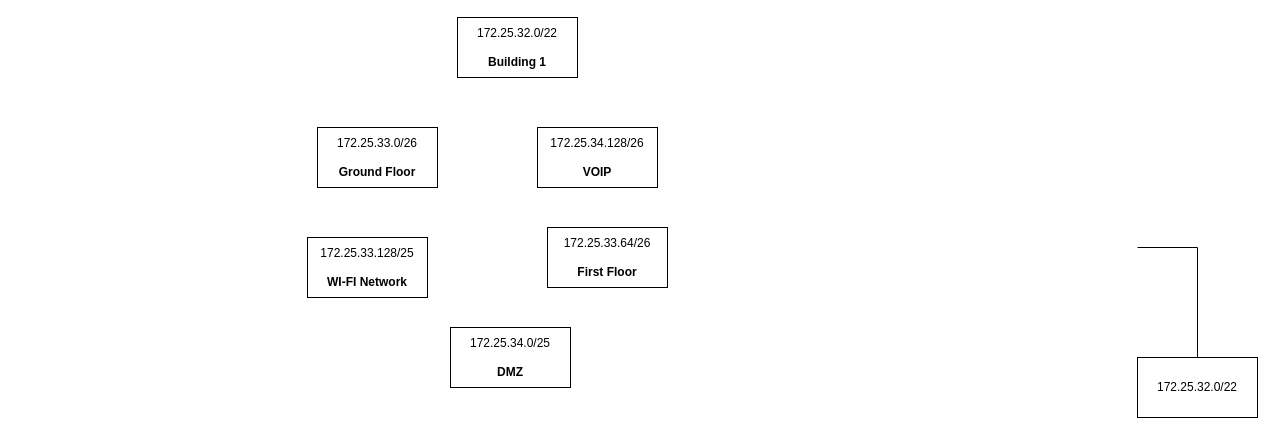
Above: doc/sprint2/1221083/images/Building_1_IPV4.drawio in demonxblaze/RCOMP-ISEP (draw.io), before the change. Source tidied: cells renumbered, new cells numbered last; positions are measured from the earlier drawing's top-left corner, leaving out a move shared by most shapes. Both pictures are drawn from the tidied source at 100%, with x=0, y=0 at pixel (307, 17).
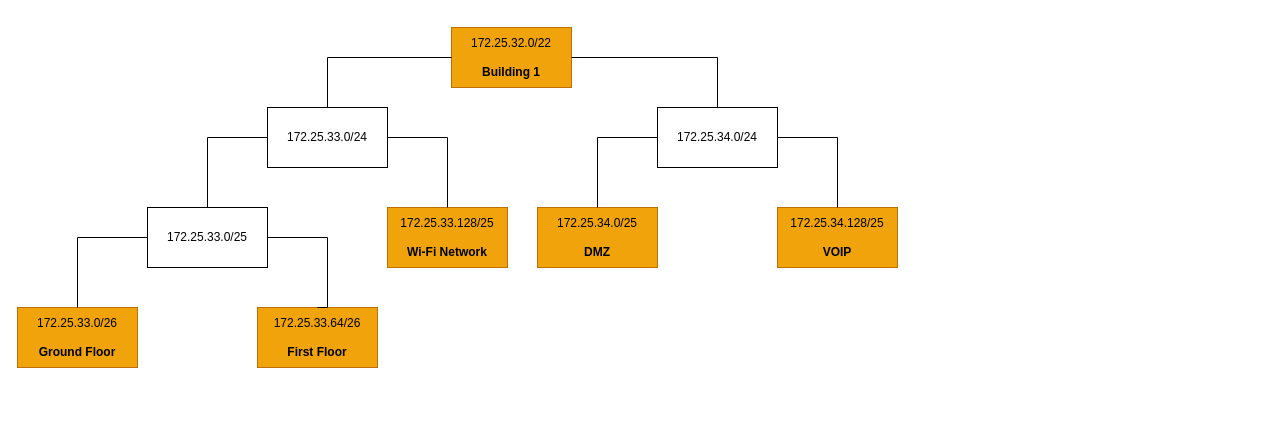
Above is the later version.

Commit message (it also covers changes not shown here):
Added IPv4 diagrams and updated VLAN name in VLAN-IPv4 table/database

What changed in the source:
```diff
@@
-    <mxCell id="2" value="172.25.32.0/22&lt;br&gt;&lt;br&gt;&lt;b&gt;Building 1&lt;/b&gt;" style="rounded=0;whiteSpace=wrap;html=1;" parent="1" vertex="1">
-      <mxGeometry x="150" width="120" height="60" as="geometry" />
+    <mxCell id="2" value="172.25.32.0/22&lt;br&gt;&lt;br&gt;&lt;b&gt;Building 1&lt;/b&gt;" style="rounded=0;whiteSpace=wrap;html=1;fillColor=#f0a30a;fontColor=#000000;strokeColor=#BD7000;" parent="1" vertex="1">
+      <mxGeometry x="144" y="10" width="120" height="60" as="geometry" />
     </mxCell>
-    <mxCell id="3" value="172.25.32.0/22" style="rounded=0;whiteSpace=wrap;html=1;" parent="1" vertex="1">
-      <mxGeometry x="830" y="340" width="120" height="60" as="geometry" />
-    </mxCell>
-    <mxCell id="4" style="endArrow=none;html=1;rounded=0;entryX=1;entryY=0.5;entryDx=0;entryDy=0;edgeStyle=orthogonalEdgeStyle;exitX=0.5;exitY=0;exitDx=0;exitDy=0;" parent="1" edge="1" source="3">
-      <mxGeometry relative="1" as="geometry">
-        <mxPoint x="830" y="230" as="targetPoint" />
-        <Array as="points">
-          <mxPoint x="890" y="230" />
-        </Array>
-      </mxGeometry>
-    </mxCell>
-    <mxCell id="5" value="172.25.33.0/26&lt;br&gt;&lt;br&gt;&lt;b&gt;Ground Floor&lt;/b&gt;" style="rounded=0;whiteSpace=wrap;html=1;" parent="1" vertex="1">
-      <mxGeometry x="10" y="110" width="120" height="60" as="geometry" />
+    <mxCell id="5" value="172.25.33.0/26&lt;br&gt;&lt;br&gt;&lt;b&gt;Ground Floor&lt;/b&gt;" style="rounded=0;whiteSpace=wrap;html=1;fillColor=#f0a30a;fontColor=#000000;strokeColor=#BD7000;" parent="1" vertex="1">
+      <mxGeometry x="-290" y="290" width="120" height="60" as="geometry" />
     </mxCell>
-    <mxCell id="6" value="172.25.33.64/26&lt;br&gt;&lt;br&gt;&lt;b&gt;First Floor&lt;/b&gt;" style="rounded=0;whiteSpace=wrap;html=1;" parent="1" vertex="1">
-      <mxGeometry x="240" y="210" width="120" height="60" as="geometry" />
+    <mxCell id="6" value="172.25.33.64/26&lt;br&gt;&lt;br&gt;&lt;b&gt;First Floor&lt;/b&gt;" style="rounded=0;whiteSpace=wrap;html=1;fillColor=#f0a30a;fontColor=#000000;strokeColor=#BD7000;" parent="1" vertex="1">
+      <mxGeometry x="-50" y="290" width="120" height="60" as="geometry" />
     </mxCell>
-    <mxCell id="7" value="172.25.33.128/25&lt;br&gt;&lt;br&gt;&lt;b&gt;WI-FI Network&lt;/b&gt;" style="rounded=0;whiteSpace=wrap;html=1;" parent="1" vertex="1">
-      <mxGeometry y="220" width="120" height="60" as="geometry" />
+    <mxCell id="7" value="172.25.33.128/25&lt;br&gt;&lt;br&gt;&lt;b&gt;Wi-Fi Network&lt;/b&gt;" style="rounded=0;whiteSpace=wrap;html=1;fillColor=#f0a30a;fontColor=#000000;strokeColor=#BD7000;" parent="1" vertex="1">
+      <mxGeometry x="80" y="190" width="120" height="60" as="geometry" />
     </mxCell>
-    <mxCell id="8" value="172.25.34.0/25&lt;br&gt;&lt;br&gt;&lt;b&gt;DMZ&lt;/b&gt;" style="rounded=0;whiteSpace=wrap;html=1;" parent="1" vertex="1">
-      <mxGeometry x="143" y="310" width="120" height="60" as="geometry" />
+    <mxCell id="8" value="172.25.34.0/25&lt;br&gt;&lt;br&gt;&lt;b&gt;DMZ&lt;/b&gt;" style="rounded=0;whiteSpace=wrap;html=1;fillColor=#f0a30a;fontColor=#000000;strokeColor=#BD7000;" parent="1" vertex="1">
+      <mxGeometry x="230" y="190" width="120" height="60" as="geometry" />
     </mxCell>
-    <mxCell id="9" value="172.25.34.128/26&lt;br&gt;&lt;br&gt;&lt;b&gt;VOIP&lt;/b&gt;" style="rounded=0;whiteSpace=wrap;html=1;" parent="1" vertex="1">
-      <mxGeometry x="230" y="110" width="120" height="60" as="geometry" />
+    <mxCell id="9" value="172.25.34.128/25&lt;br&gt;&lt;br&gt;&lt;b&gt;VOIP&lt;/b&gt;" style="rounded=0;whiteSpace=wrap;html=1;fillColor=#f0a30a;fontColor=#000000;strokeColor=#BD7000;" parent="1" vertex="1">
+      <mxGeometry x="470" y="190" width="120" height="60" as="geometry" />
     </mxCell>
+    <mxCell id="10" value="172.25.33.0/24" style="rounded=0;whiteSpace=wrap;html=1;" parent="1" vertex="1">
+      <mxGeometry x="-40" y="90" width="120" height="60" as="geometry" />
+    </mxCell>
+    <mxCell id="11" value="172.25.33.0/25" style="rounded=0;whiteSpace=wrap;html=1;" parent="1" vertex="1">
+      <mxGeometry x="-160" y="190" width="120" height="60" as="geometry" />
+    </mxCell>
+    <mxCell id="12" value="172.25.34.0/24" style="rounded=0;whiteSpace=wrap;html=1;" parent="1" vertex="1">
+      <mxGeometry x="350" y="90" width="120" height="60" as="geometry" />
+    </mxCell>
+    <mxCell id="13" style="endArrow=none;html=1;rounded=0;entryX=0;entryY=0.5;entryDx=0;entryDy=0;exitX=0.5;exitY=0;exitDx=0;exitDy=0;edgeStyle=orthogonalEdgeStyle;" parent="1" edge="1" source="10" target="2">
+      <mxGeometry relative="1" as="geometry" />
+    </mxCell>
+    <mxCell id="14" style="endArrow=none;html=1;rounded=0;entryX=0;entryY=0.5;entryDx=0;entryDy=0;exitX=0.5;exitY=0;exitDx=0;exitDy=0;edgeStyle=orthogonalEdgeStyle;" parent="1" edge="1" source="11" target="10">
+      <mxGeometry relative="1" as="geometry">
+        <Array as="points">
+          <mxPoint x="-100" y="120" />
+        </Array>
+      </mxGeometry>
+    </mxCell>
+    <mxCell id="15" style="endArrow=none;html=1;rounded=0;entryX=1;entryY=0.5;entryDx=0;entryDy=0;edgeStyle=orthogonalEdgeStyle;exitX=0.5;exitY=0;exitDx=0;exitDy=0;" parent="1" edge="1" source="7" target="10">
+      <mxGeometry relative="1" as="geometry">
+        <Array as="points">
+          <mxPoint x="140" y="120" />
+        </Array>
+      </mxGeometry>
+    </mxCell>
+    <mxCell id="16" style="endArrow=none;html=1;rounded=0;entryX=0;entryY=0.5;entryDx=0;entryDy=0;edgeStyle=orthogonalEdgeStyle;exitX=0.5;exitY=0;exitDx=0;exitDy=0;" parent="1" edge="1" source="5" target="11">
+      <mxGeometry relative="1" as="geometry">
+        <Array as="points">
+          <mxPoint x="-230" y="220" />
+        </Array>
+      </mxGeometry>
+    </mxCell>
+    <mxCell id="17" style="endArrow=none;html=1;rounded=0;entryX=1;entryY=0.5;entryDx=0;entryDy=0;exitX=0.5;exitY=0;exitDx=0;exitDy=0;edgeStyle=orthogonalEdgeStyle;" parent="1" edge="1" source="6" target="11">
+      <mxGeometry relative="1" as="geometry">
+        <Array as="points">
+          <mxPoint x="20" y="220" />
+        </Array>
+      </mxGeometry>
+    </mxCell>
+    <mxCell id="18" style="endArrow=none;html=1;rounded=0;entryX=1;entryY=0.5;entryDx=0;entryDy=0;exitX=0.5;exitY=0;exitDx=0;exitDy=0;edgeStyle=orthogonalEdgeStyle;" parent="1" edge="1" source="12" target="2">
+      <mxGeometry relative="1" as="geometry" />
+    </mxCell>
+    <mxCell id="19" style="endArrow=none;html=1;rounded=0;entryX=0;entryY=0.5;entryDx=0;entryDy=0;edgeStyle=orthogonalEdgeStyle;exitX=0.5;exitY=0;exitDx=0;exitDy=0;" parent="1" edge="1" source="8" target="12">
+      <mxGeometry relative="1" as="geometry">
+        <Array as="points">
+          <mxPoint x="290" y="120" />
+        </Array>
+      </mxGeometry>
+    </mxCell>
+    <mxCell id="20" style="endArrow=none;html=1;rounded=0;edgeStyle=orthogonalEdgeStyle;exitX=0.5;exitY=0;exitDx=0;exitDy=0;entryX=1;entryY=0.5;entryDx=0;entryDy=0;" parent="1" edge="1" source="9" target="12">
+      <mxGeometry relative="1" as="geometry">
+        <Array as="points">
+          <mxPoint x="530" y="120" />
+        </Array>
+      </mxGeometry>
+    </mxCell>
```
